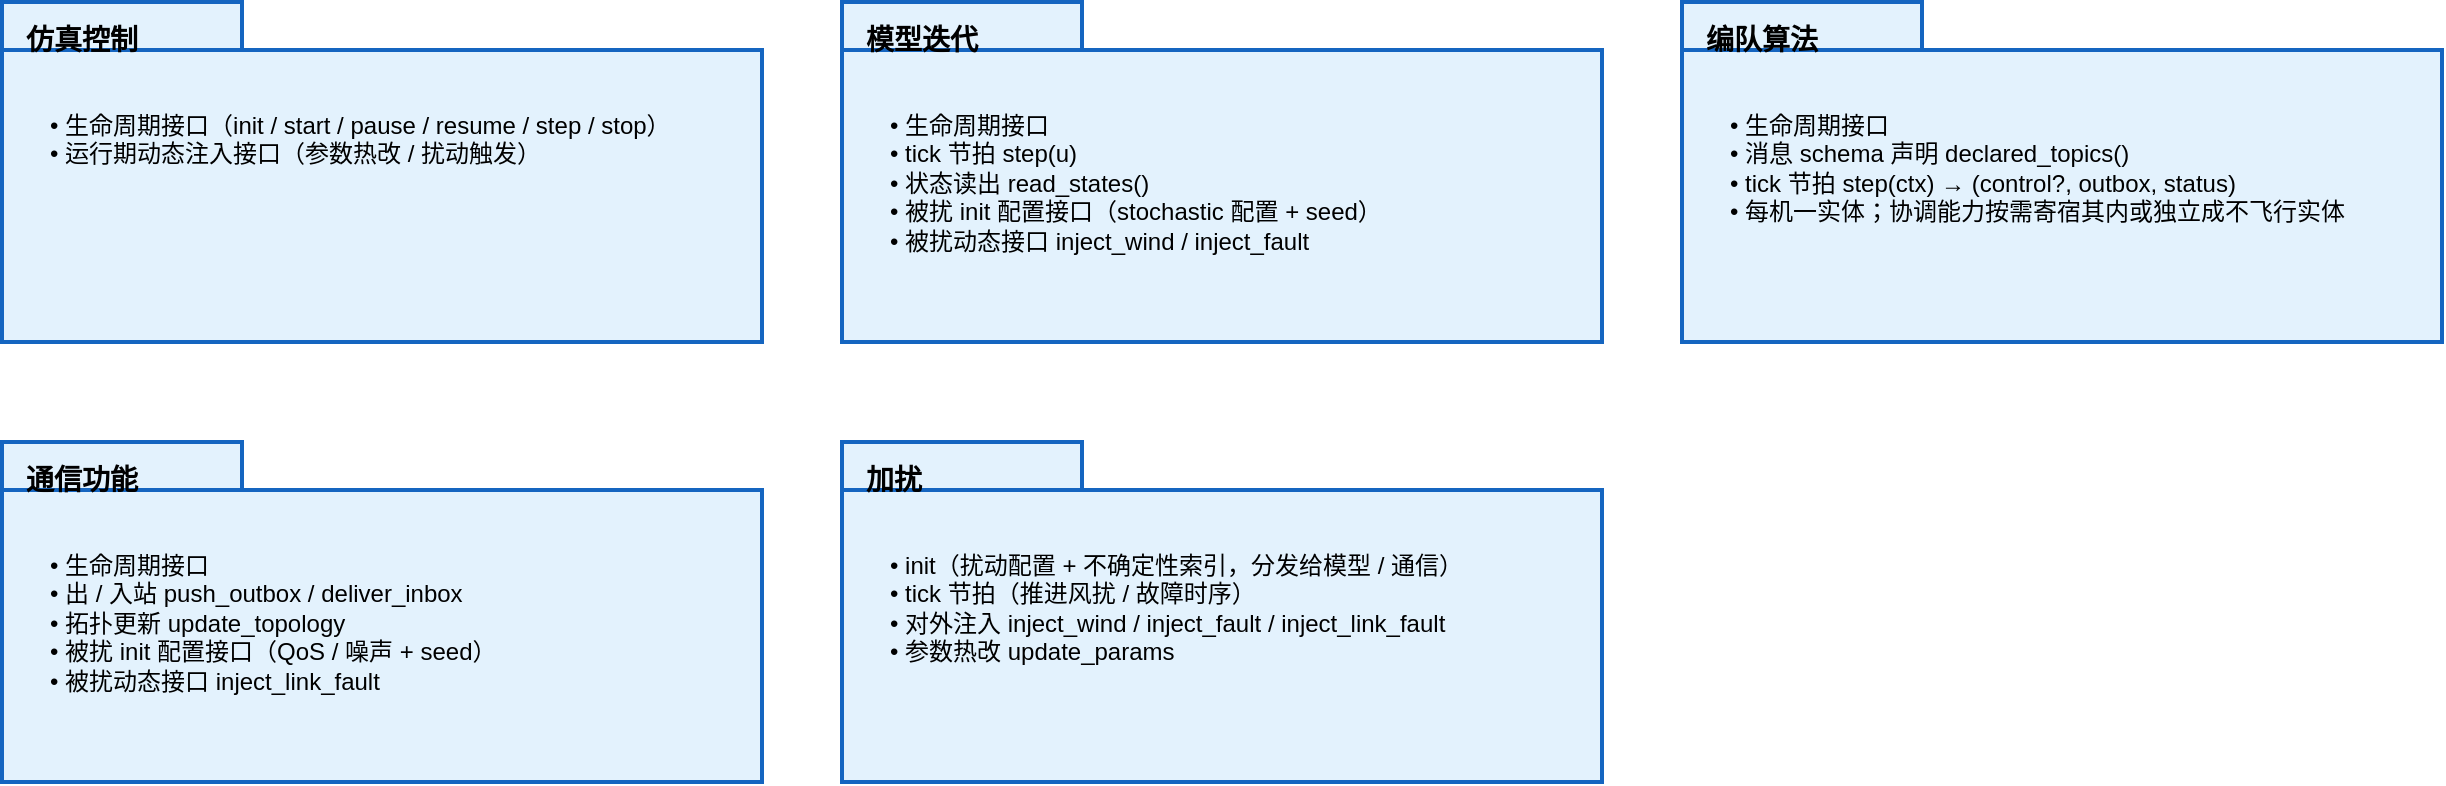
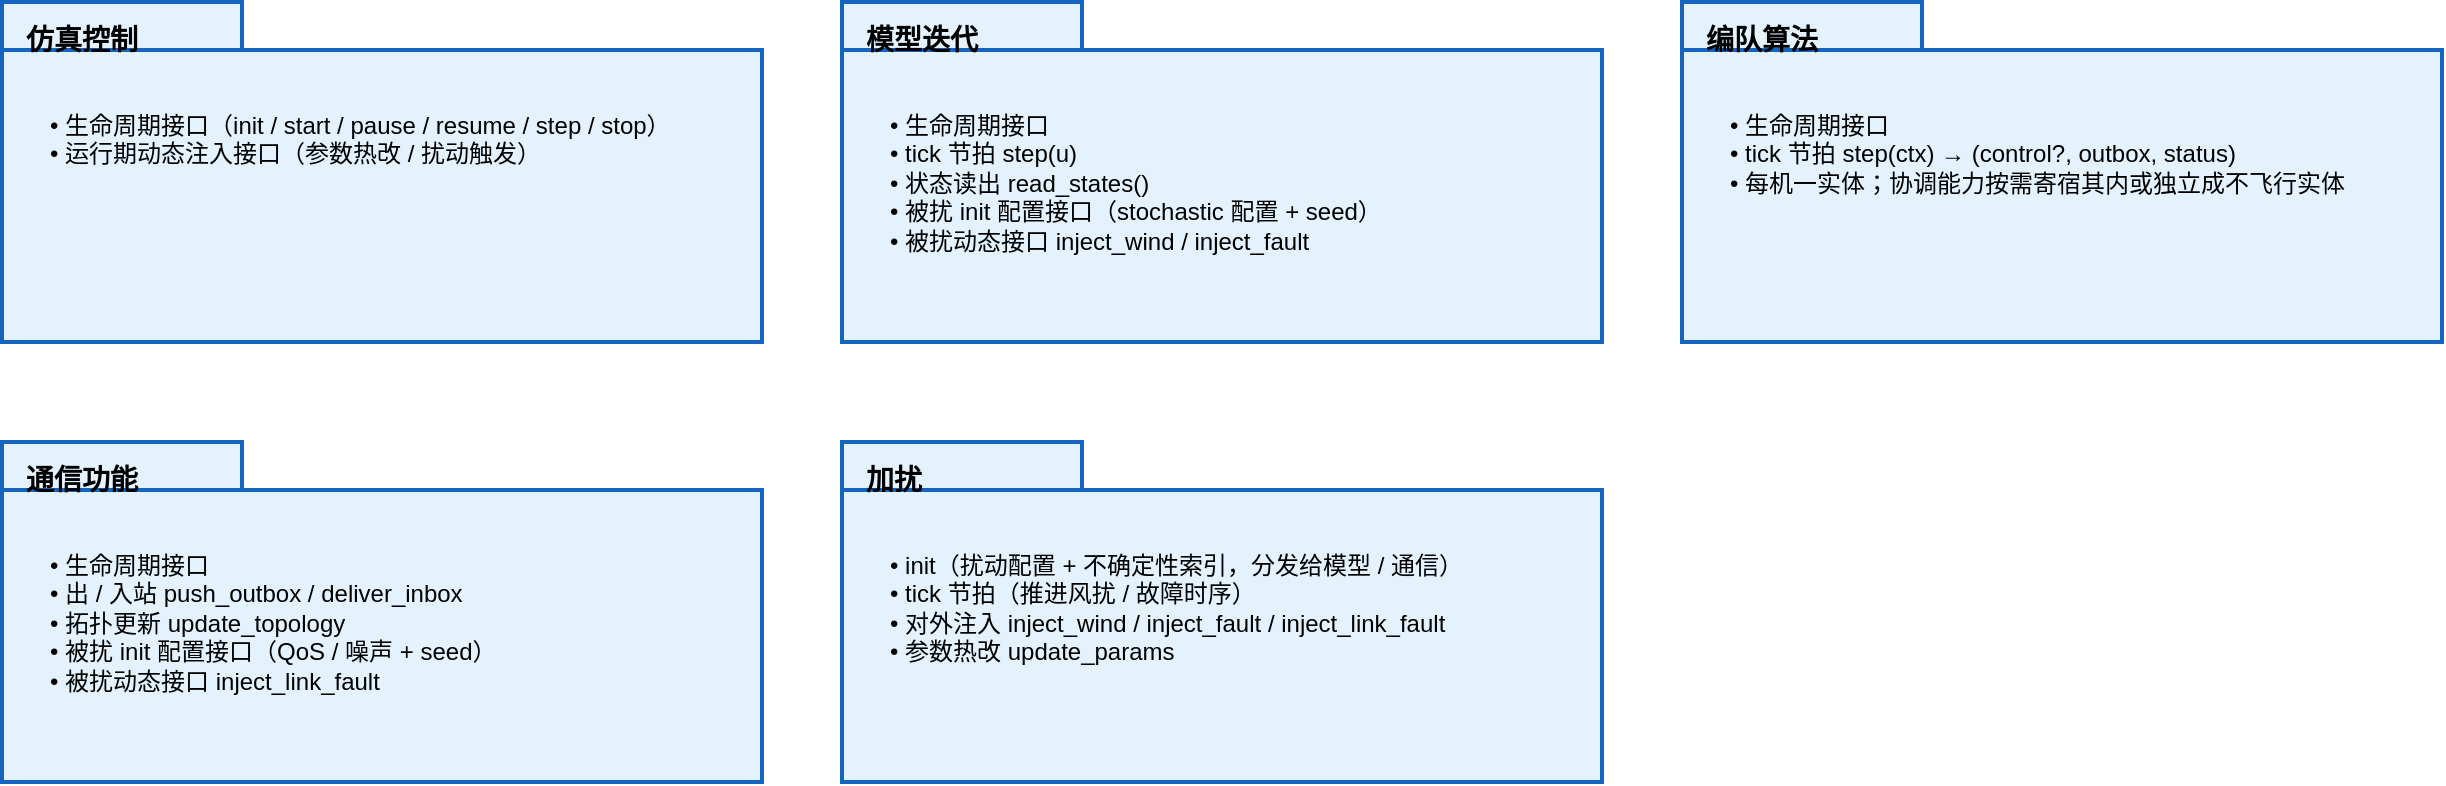
<mxfile host="Electron" agent="Claude">
  <diagram name="逻辑视图" id="logic-view-1">
    <mxGraphModel dx="1928" dy="1446" grid="0" gridSize="10" guides="1" tooltips="1" connect="1" arrows="1" fold="1" page="0" pageScale="1" pageWidth="1400" pageHeight="700" background="#ffffff" math="0" shadow="0">
      <root>
        <mxCell id="0" />
        <mxCell id="1" parent="0" />

        <mxCell id="p1" parent="1" style="shape=folder;fontSize=14;fontStyle=1;verticalAlign=top;tabWidth=120;tabHeight=24;tabPosition=left;html=1;fillColor=#E3F2FD;strokeColor=#1565C0;strokeWidth=2;align=left;spacingLeft=10;spacingTop=4;" value="仿真控制" vertex="1">
          <mxGeometry height="170" width="380" x="40" y="60" as="geometry" />
        </mxCell>
        <mxCell id="p1t" parent="1" style="text;html=1;align=left;verticalAlign=top;fontSize=12;spacingLeft=12;spacingTop=8;" value="• 生命周期接口（init / start / pause / resume / step / stop）&#10;• 运行期动态注入接口（参数热改 / 扰动触发）" vertex="1">
          <mxGeometry height="120" width="360" x="50" y="100" as="geometry" />
        </mxCell>

        <mxCell id="p2" parent="1" style="shape=folder;fontSize=14;fontStyle=1;verticalAlign=top;tabWidth=120;tabHeight=24;tabPosition=left;html=1;fillColor=#E3F2FD;strokeColor=#1565C0;strokeWidth=2;align=left;spacingLeft=10;spacingTop=4;" value="模型迭代" vertex="1">
          <mxGeometry height="170" width="380" x="460" y="60" as="geometry" />
        </mxCell>
        <mxCell id="p2t" parent="1" style="text;html=1;align=left;verticalAlign=top;fontSize=12;spacingLeft=12;spacingTop=8;" value="• 生命周期接口&#10;• tick 节拍 step(u)&#10;• 状态读出 read_states()&#10;• 被扰 init 配置接口（stochastic 配置 + seed）&#10;• 被扰动态接口 inject_wind / inject_fault" vertex="1">
          <mxGeometry height="120" width="360" x="470" y="100" as="geometry" />
        </mxCell>

        <mxCell id="p3" parent="1" style="shape=folder;fontSize=14;fontStyle=1;verticalAlign=top;tabWidth=120;tabHeight=24;tabPosition=left;html=1;fillColor=#E3F2FD;strokeColor=#1565C0;strokeWidth=2;align=left;spacingLeft=10;spacingTop=4;" value="编队算法" vertex="1">
          <mxGeometry height="170" width="380" x="880" y="60" as="geometry" />
        </mxCell>
-         <mxCell id="p3t" parent="1" style="text;html=1;align=left;verticalAlign=top;fontSize=12;spacingLeft=12;spacingTop=8;" value="• 生命周期接口&#10;• 消息 schema 声明 declared_topics()&#10;• tick 节拍 step(ctx) → (control?, outbox, status)&#10;• 每机一实体；协调能力按需寄宿其内或独立成不飞行实体" vertex="1">
+         <mxCell id="p3t" parent="1" style="text;html=1;align=left;verticalAlign=top;fontSize=12;spacingLeft=12;spacingTop=8;" value="• 生命周期接口&#10;• tick 节拍 step(ctx) → (control?, outbox, status)&#10;• 每机一实体；协调能力按需寄宿其内或独立成不飞行实体" vertex="1">
          <mxGeometry height="120" width="360" x="890" y="100" as="geometry" />
        </mxCell>

        <mxCell id="p5" parent="1" style="shape=folder;fontSize=14;fontStyle=1;verticalAlign=top;tabWidth=120;tabHeight=24;tabPosition=left;html=1;fillColor=#E3F2FD;strokeColor=#1565C0;strokeWidth=2;align=left;spacingLeft=10;spacingTop=4;" value="通信功能" vertex="1">
          <mxGeometry height="170" width="380" x="40" y="280" as="geometry" />
        </mxCell>
        <mxCell id="p5t" parent="1" style="text;html=1;align=left;verticalAlign=top;fontSize=12;spacingLeft=12;spacingTop=8;" value="• 生命周期接口&#10;• 出 / 入站 push_outbox / deliver_inbox&#10;• 拓扑更新 update_topology&#10;• 被扰 init 配置接口（QoS / 噪声 + seed）&#10;• 被扰动态接口 inject_link_fault" vertex="1">
          <mxGeometry height="120" width="360" x="50" y="320" as="geometry" />
        </mxCell>

        <mxCell id="p6" parent="1" style="shape=folder;fontSize=14;fontStyle=1;verticalAlign=top;tabWidth=120;tabHeight=24;tabPosition=left;html=1;fillColor=#E3F2FD;strokeColor=#1565C0;strokeWidth=2;align=left;spacingLeft=10;spacingTop=4;" value="加扰" vertex="1">
          <mxGeometry height="170" width="380" x="460" y="280" as="geometry" />
        </mxCell>
        <mxCell id="p6t" parent="1" style="text;html=1;align=left;verticalAlign=top;fontSize=12;spacingLeft=12;spacingTop=8;" value="• init（扰动配置 + 不确定性索引，分发给模型 / 通信）&#10;• tick 节拍（推进风扰 / 故障时序）&#10;• 对外注入 inject_wind / inject_fault / inject_link_fault&#10;• 参数热改 update_params" vertex="1">
          <mxGeometry height="120" width="360" x="470" y="320" as="geometry" />
        </mxCell>

      </root>
    </mxGraphModel>
  </diagram>
</mxfile>
